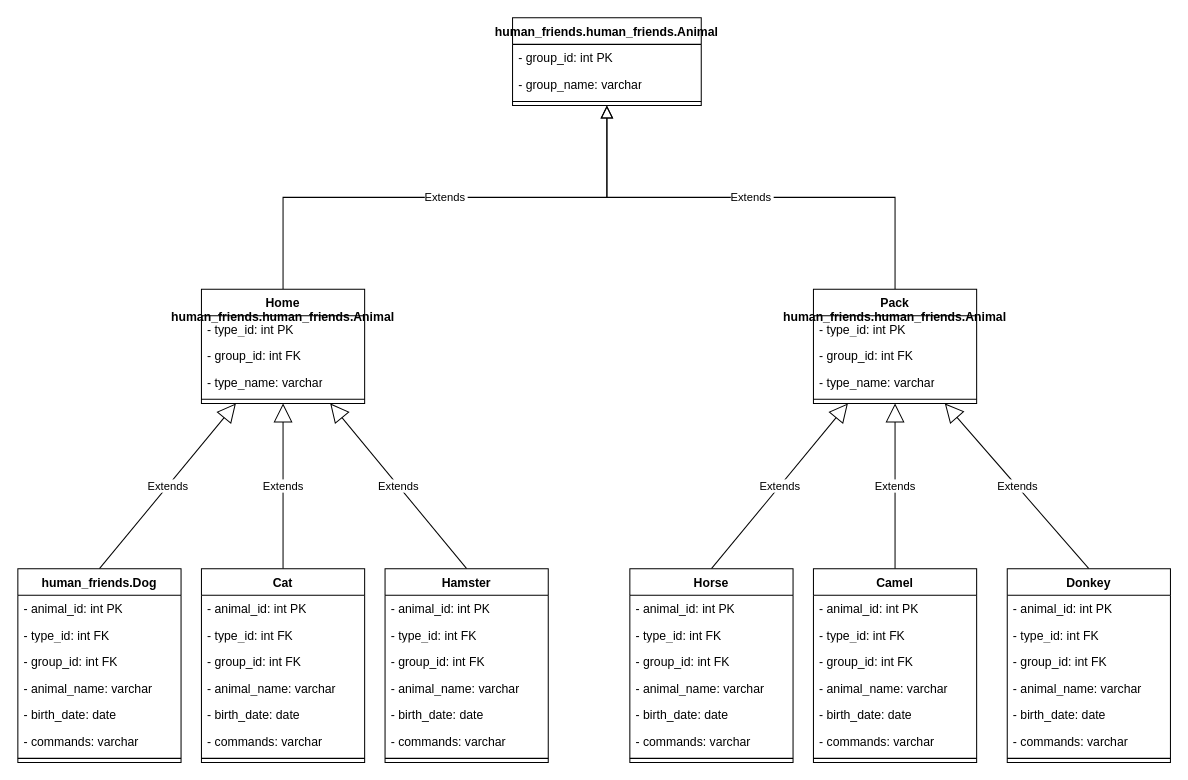
Before: AnimalsClassDiagramm.drawio in natasha-s-geekbrains/Final_test_specialization, a draw.io diagram. Source tidied: cells renumbered, new cells numbered last; positions are measured from the earlier drawing's top-left corner, leaving out a move shared by most shapes. Both pictures are drawn from the tidied source at 102%, with x=0, y=0 at pixel (17, 17).
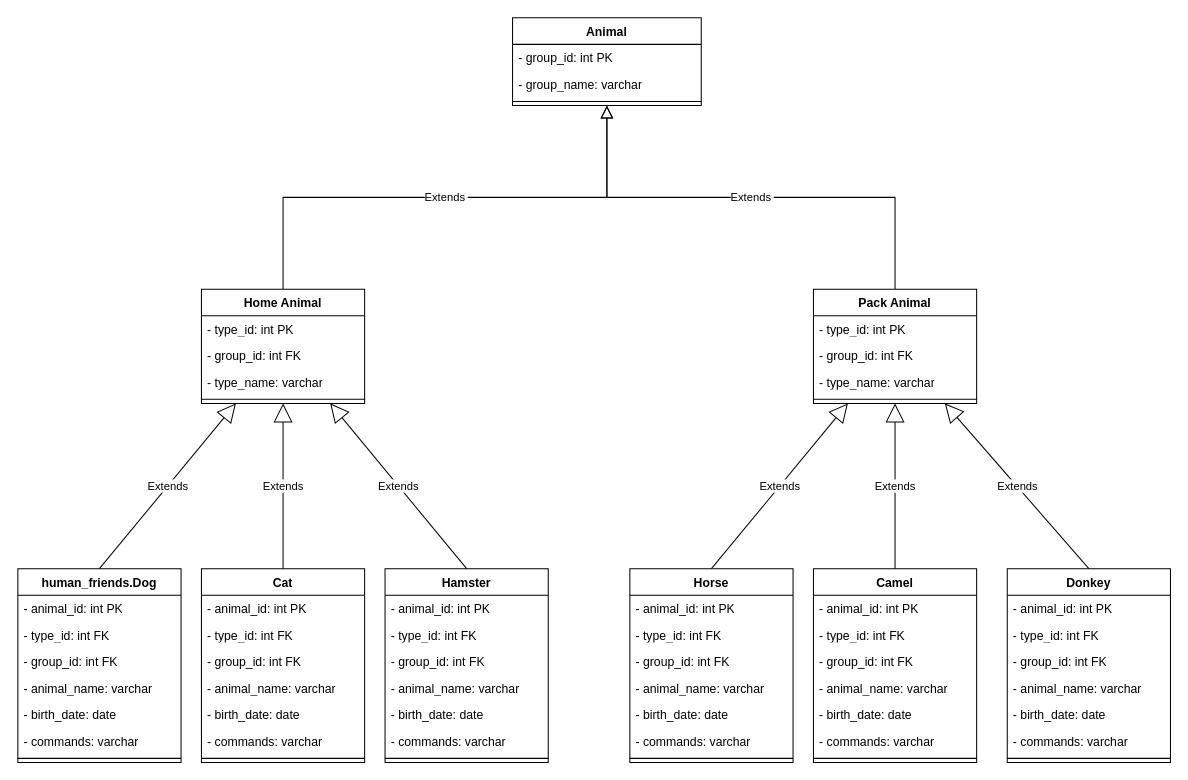
After the change.

The edit, as a diff of the source:
```diff
@@
-    <mxCell id="10" value="human_friends.human_friends.Animal" style="swimlane;fontStyle=1;align=center;verticalAlign=top;horizontal=1;startSize=26;whiteSpace=wrap;html=1;" parent="1" vertex="1">
+    <mxCell id="10" value="Animal" style="swimlane;fontStyle=1;align=center;verticalAlign=top;horizontal=1;startSize=26;whiteSpace=wrap;html=1;" parent="1" vertex="1">
       <mxGeometry x="485" width="185" height="86" as="geometry" />
     </mxCell>
@@
-    <mxCell id="14" value="Home human_friends.human_friends.Animal" style="swimlane;fontStyle=1;align=center;verticalAlign=top;horizontal=1;startSize=26;whiteSpace=wrap;html=1;" parent="1" vertex="1">
+    <mxCell id="14" value="Home Animal" style="swimlane;fontStyle=1;align=center;verticalAlign=top;horizontal=1;startSize=26;whiteSpace=wrap;html=1;" parent="1" vertex="1">
       <mxGeometry x="180" y="266" width="160" height="112" as="geometry" />
     </mxCell>
@@
-    <mxCell id="19" value="Pack human_friends.human_friends.Animal" style="swimlane;fontStyle=1;align=center;verticalAlign=top;horizontal=1;startSize=26;whiteSpace=wrap;html=1;" parent="1" vertex="1">
+    <mxCell id="19" value="Pack Animal" style="swimlane;fontStyle=1;align=center;verticalAlign=top;horizontal=1;startSize=26;whiteSpace=wrap;html=1;" parent="1" vertex="1">
       <mxGeometry x="780" y="266" width="160" height="112" as="geometry" />
     </mxCell>
```
